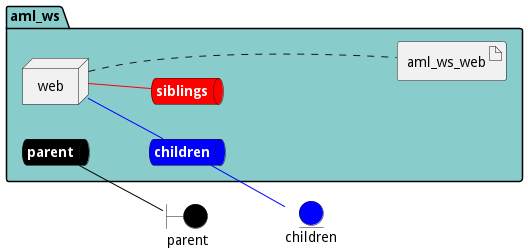
Earlier version of the PlantUML export docs/edgemere/aml/ws/envs/test/deployment.png (madajaju/edgemere).
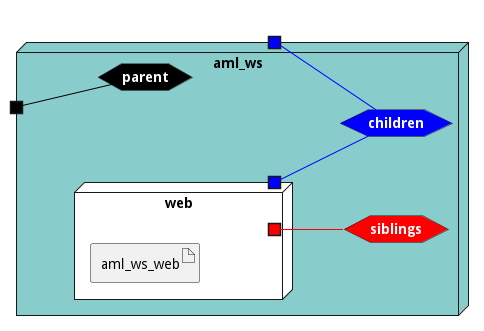
After the commit.

Diff of the diagram source:
```diff
@@ -3,43 +3,45 @@
 left to right direction
 
 
-boundary parent #black
-
-
-entity children #blue
 
 
 
 
-package "aml_ws" #88cccc {
-    queue parentnet #black [
+
+node "aml_ws" #88cccc {
+
+
+    hexagon parentnet #black [
             <b><color:white>parent</color></b>
     ]
 
-    parentnet -[#black]- parent
+    portin " " as parentnetPortIn #black
+    parentnetPortIn -[#black]- parentnet
 
-    queue childrennet #blue [
+    hexagon childrennet #blue [
             <b><color:white>children</color></b>
     ]
 
-    childrennet -[#blue]- children
+    portout " " as childrennetPortOut #blue
+    childrennet -[#blue]- childrennetPortOut
 
-    queue siblingsnet #red [
+    hexagon siblingsnet #red [
             <b><color:white>siblings</color></b>
     ]
 
 
-node "web" as webService
+node "web" as webService #white {
+    portOut " " as webServicechildrennet #blue
+   webServicechildrennet -[#blue]- childrennet
+       portOut " " as webServicesiblingsnet #red
+   webServicesiblingsnet -[#red]- siblingsnet
 
 
-        artifact "aml_ws_web" as aml_ws_webimage
+    artifact "aml_ws_web" as aml_ws_webimage
 
 }
 
-webService -[#blue]- childrennet
-
-webService -[#red]- siblingsnet
-webService .... aml_ws_webimage
+}
 
 
 @enduml
```
